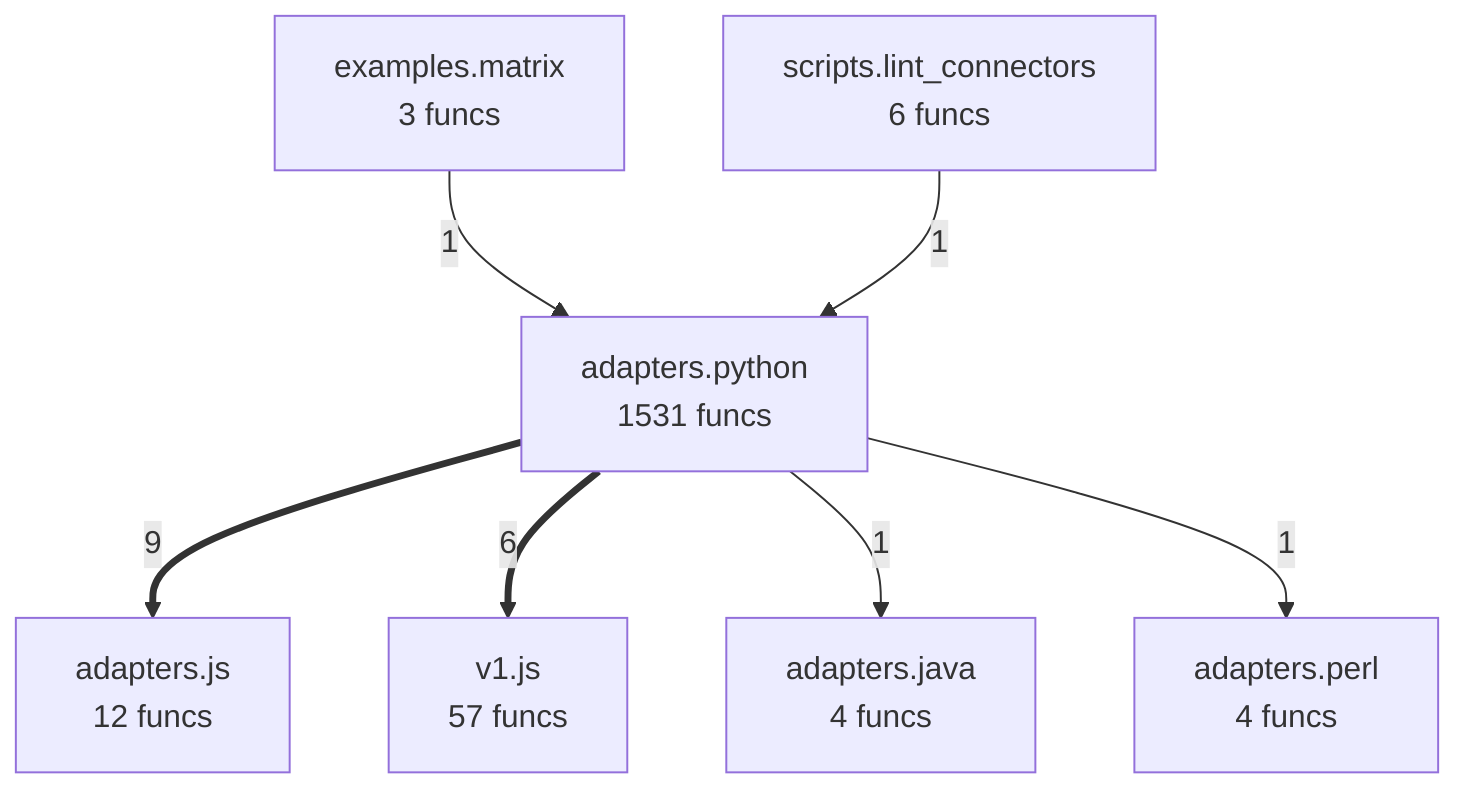
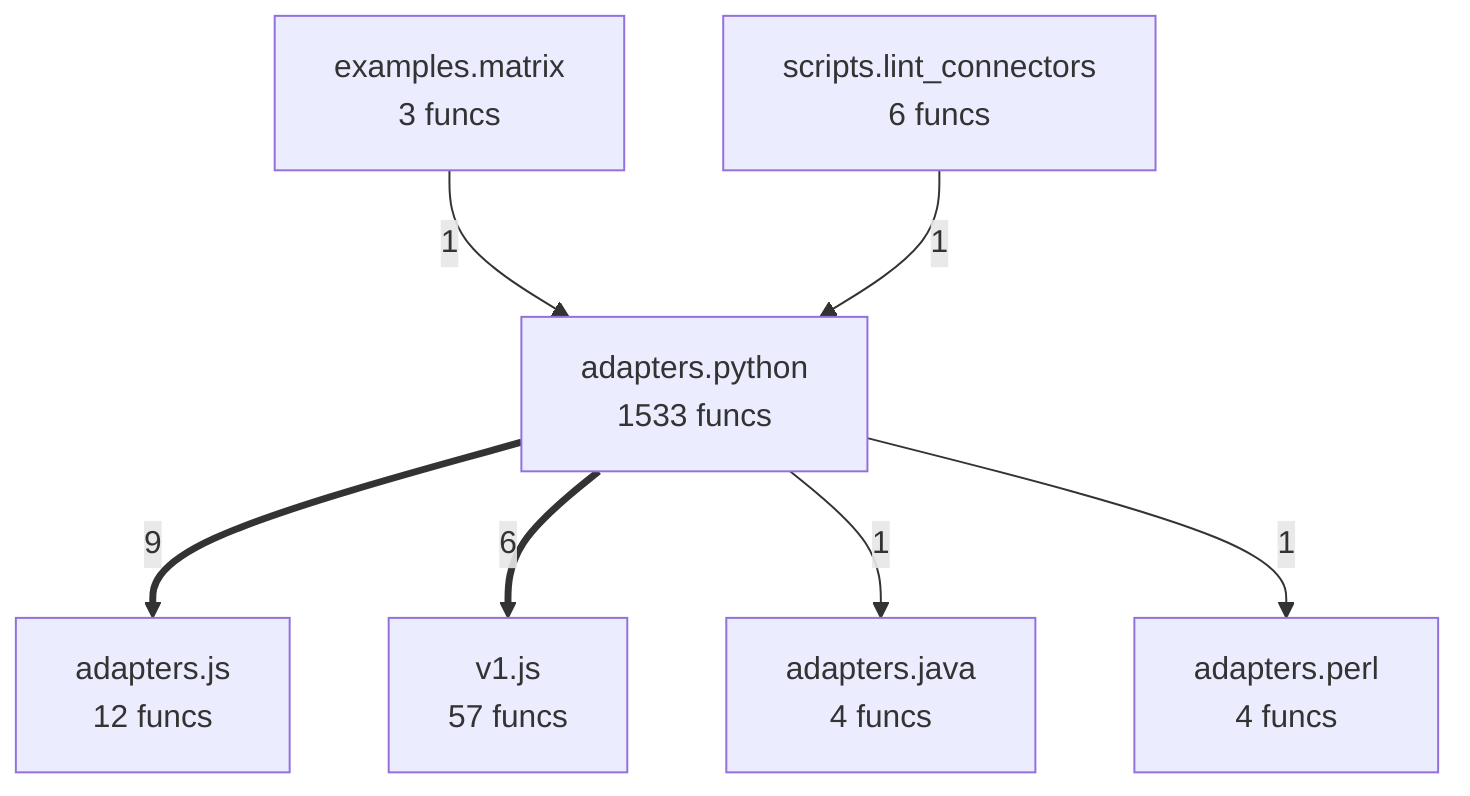
flowchart TD
%% generated in 0.04s
    adapters__java["adapters.java<br/>4 funcs"]
    adapters__js["adapters.js<br/>12 funcs"]
    adapters__perl["adapters.perl<br/>4 funcs"]
-     adapters__python["adapters.python<br/>1531 funcs"]
+     adapters__python["adapters.python<br/>1533 funcs"]
    examples__matrix["examples.matrix<br/>3 funcs"]
    scripts__lint_connectors["scripts.lint_connectors<br/>6 funcs"]
    v1__js["v1.js<br/>57 funcs"]
    adapters__python ==>|9| adapters__js
    adapters__python ==>|6| v1__js
    examples__matrix -->|1| adapters__python
    scripts__lint_connectors -->|1| adapters__python
    adapters__python -->|1| adapters__java
    adapters__python -->|1| adapters__perl
